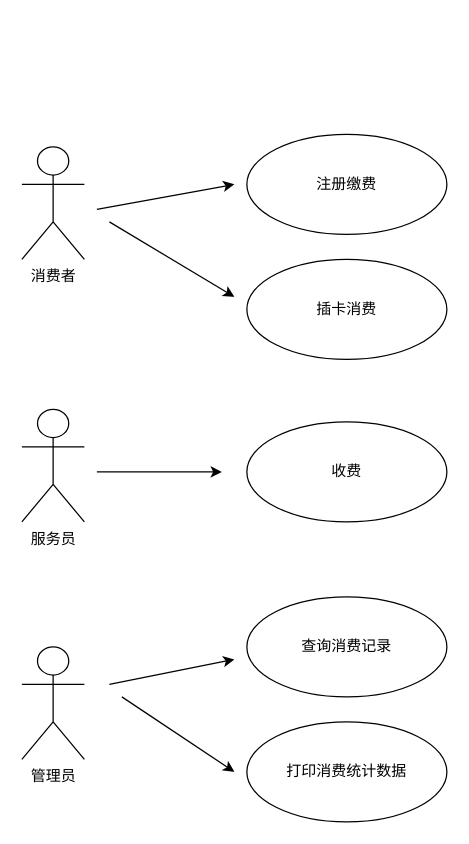
The draw.io diagram page "Page-1" (1 of 3) of card1.drawio in hejian991/bigdata-notebook, before the edit. Source tidied: cells renumbered, new cells numbered last; positions are measured from the earlier drawing's top-left corner, leaving out a move shared by most shapes. Both pictures are drawn from the tidied source at 125%, with x=0, y=0 at pixel (21, 134).
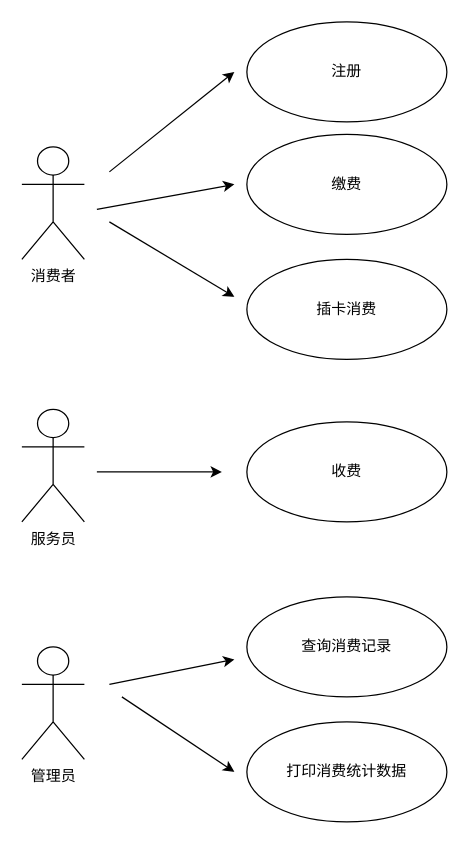
After the change.

What changed in the source:
```diff
@@
-    <mxCell id="3" value="注册缴费" style="ellipse;whiteSpace=wrap;html=1;" parent="1" vertex="1">
+    <mxCell id="3" value="缴费" style="ellipse;whiteSpace=wrap;html=1;" parent="1" vertex="1">
       <mxGeometry x="180" width="160" height="80" as="geometry" />
     </mxCell>
@@
+    <mxCell id="15" value="注册" style="ellipse;whiteSpace=wrap;html=1;" parent="1" vertex="1">
+      <mxGeometry x="180" y="-90" width="160" height="80" as="geometry" />
+    </mxCell>
+    <mxCell id="16" style="endArrow=classic;html=1;" parent="1" edge="1">
+      <mxGeometry relative="1" as="geometry">
+        <mxPoint x="70" y="30" as="sourcePoint" />
+        <mxPoint x="170" y="-50" as="targetPoint" />
+      </mxGeometry>
+    </mxCell>
```
